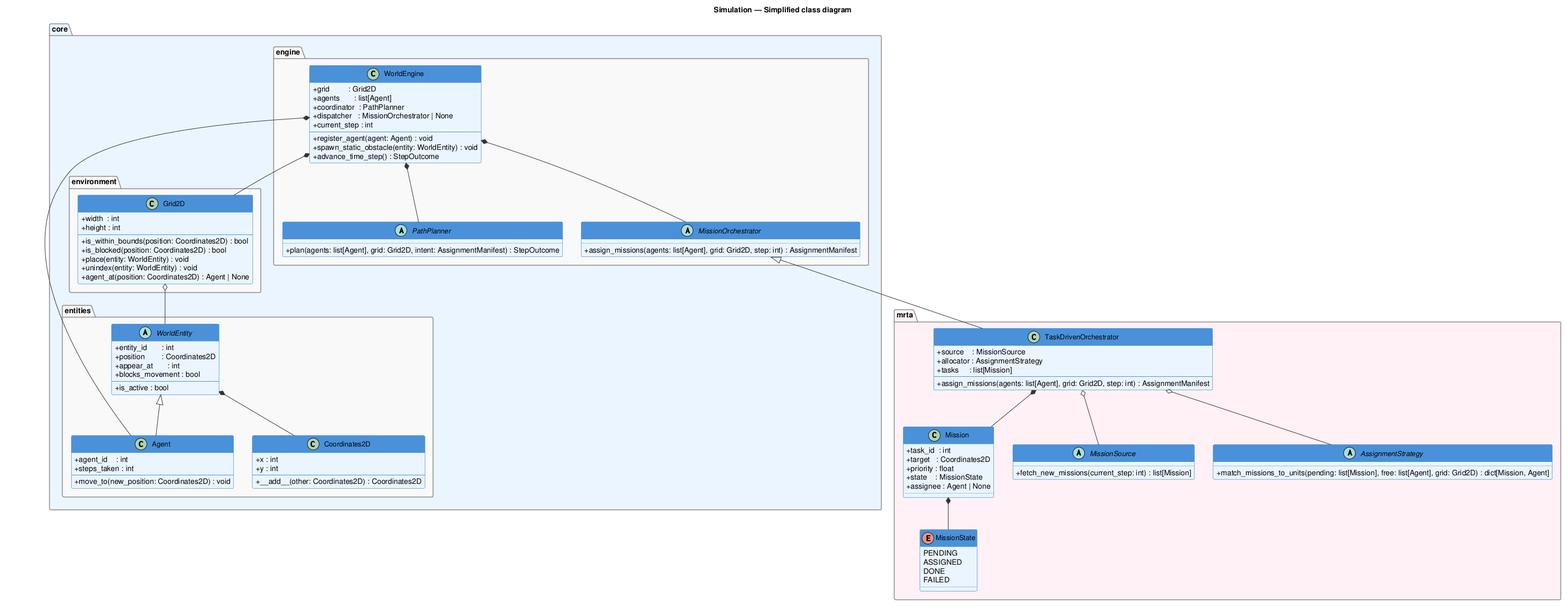
RasdaCorentin/MAPF_Simulation keeps this PlantUML diagram as diagrammes/Class_Diagram/class_diag_simplified.png. Above is the earlier version.
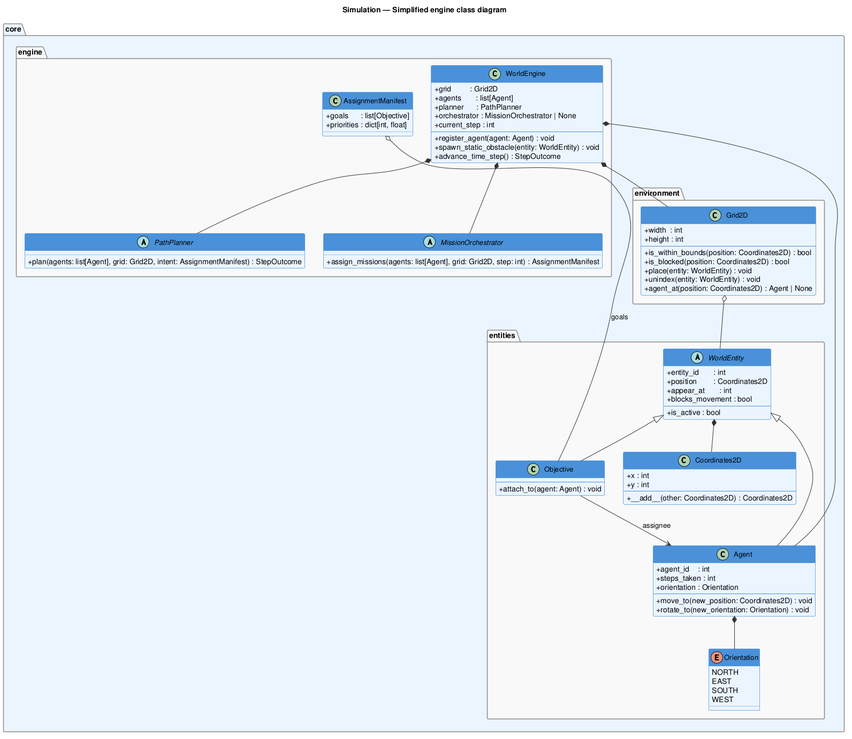
Above is the later version.

Commit message:
docs(diagrams): consolidate back into Class_Diagram/, drop Class_Diagram_Engine/

Diff of the diagram source:
```diff
@@ -1,6 +1,6 @@
 @startuml class_diag_simplified
 
-title Simulation — Simplified class diagram
+title Simulation — Simplified engine class diagram
 
 skinparam classAttributeIconSize 0
 skinparam classFontSize 13
@@ -22,6 +22,13 @@
             + __add__(other: Coordinates2D) : Coordinates2D
         }
 
+        enum Orientation {
+            NORTH
+            EAST
+            SOUTH
+            WEST
+        }
+
         abstract class WorldEntity {
             + entity_id       : int
             + position        : Coordinates2D
@@ -34,8 +41,15 @@
         class Agent {
             + agent_id    : int
             + steps_taken : int
+            + orientation : Orientation
             --
             + move_to(new_position: Coordinates2D) : void
+            + rotate_to(new_orientation: Orientation) : void
+        }
+
+        class Objective {
+            --
+            + attach_to(agent: Agent) : void
         }
 
     }
@@ -54,11 +68,16 @@
     }
 
     package "engine" {
+        class AssignmentManifest {
+            + goals      : list[Objective]
+            + priorities : dict[int, float]
+        }
+
         class WorldEngine {
             + grid         : Grid2D
             + agents       : list[Agent]
-            + coordinator  : PathPlanner
-            + dispatcher   : MissionOrchestrator | None
+            + planner      : PathPlanner
+            + orchestrator : MissionOrchestrator | None
             + current_step : int
             --
             + register_agent(agent: Agent) : void
@@ -76,54 +95,17 @@
     }
 }
 
-package "mrta" #FFF0F5 {
-
-    enum MissionState {
-        PENDING
-        ASSIGNED
-        DONE
-        FAILED
-    }
-
-    class Mission {
-        + task_id  : int
-        + target   : Coordinates2D
-        + priority : float
-        + state    : MissionState
-        + assignee : Agent | None
-    }
-
-    abstract class MissionSource {
-        + fetch_new_missions(current_step: int) : list[Mission]
-    }
-
-    abstract class AssignmentStrategy {
-        + match_missions_to_units(pending: list[Mission], free: list[Agent], grid: Grid2D) : dict[Mission, Agent]
-    }
-
-    class TaskDrivenOrchestrator {
-        + source    : MissionSource
-        + allocator : AssignmentStrategy
-        + tasks     : list[Mission]
-        --
-        + assign_missions(agents: list[Agent], grid: Grid2D, step: int) : AssignmentManifest
-    }
-}
-
 
 WorldEntity <|-- Agent
+WorldEntity <|-- Objective
 WorldEntity *-- Coordinates2D
+Agent *-- Orientation
+Objective --> Agent : assignee
+AssignmentManifest o-- Objective : goals
 Grid2D o-- WorldEntity
 WorldEngine *-- Grid2D
 WorldEngine *-- Agent
 WorldEngine *-- PathPlanner
 WorldEngine *-- MissionOrchestrator
 
-Mission *-- MissionState
-
-MissionOrchestrator <|-- TaskDrivenOrchestrator
-TaskDrivenOrchestrator o-- MissionSource
-TaskDrivenOrchestrator o-- AssignmentStrategy
-TaskDrivenOrchestrator *-- Mission
-
 @enduml
```
